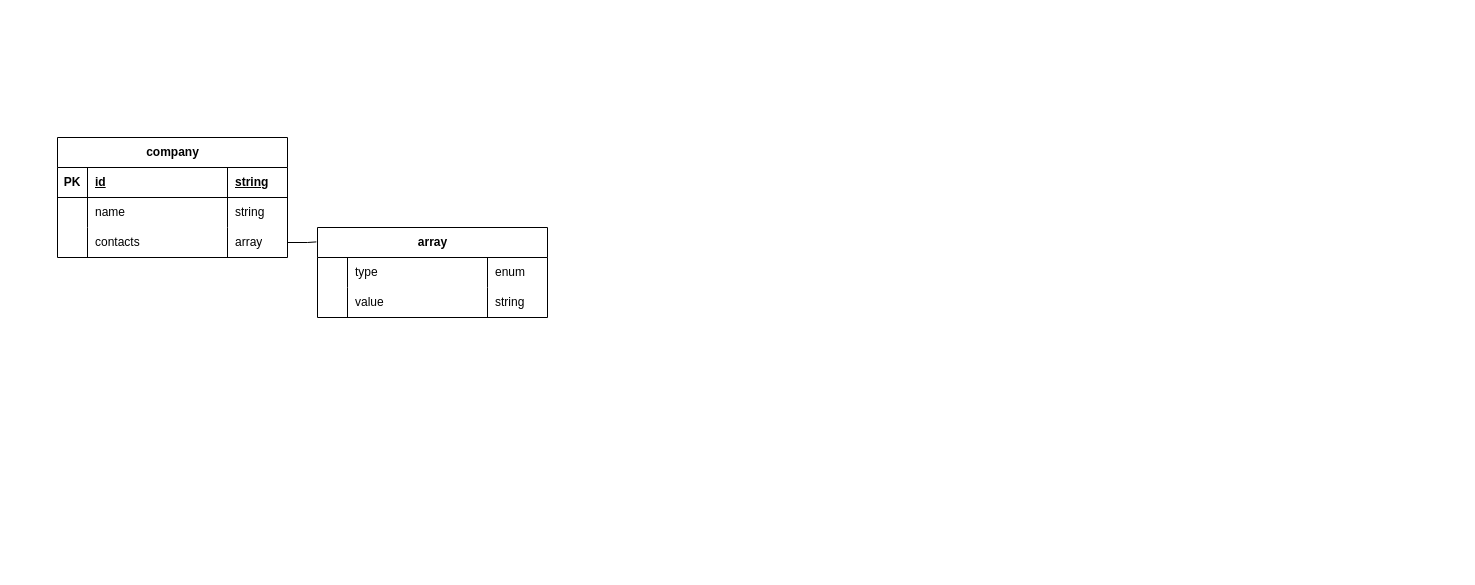
ernurQ/eat-web-diagrams keeps this draw.io diagram as page "company" (4 of 9) of app.drawio. Above is the earlier version. Source tidied: cells renumbered, new cells numbered last; positions are measured from the earlier drawing's top-left corner, leaving out a move shared by most shapes. Both pictures are drawn from the tidied source at 100%, with x=0, y=0 at pixel (57, 137).
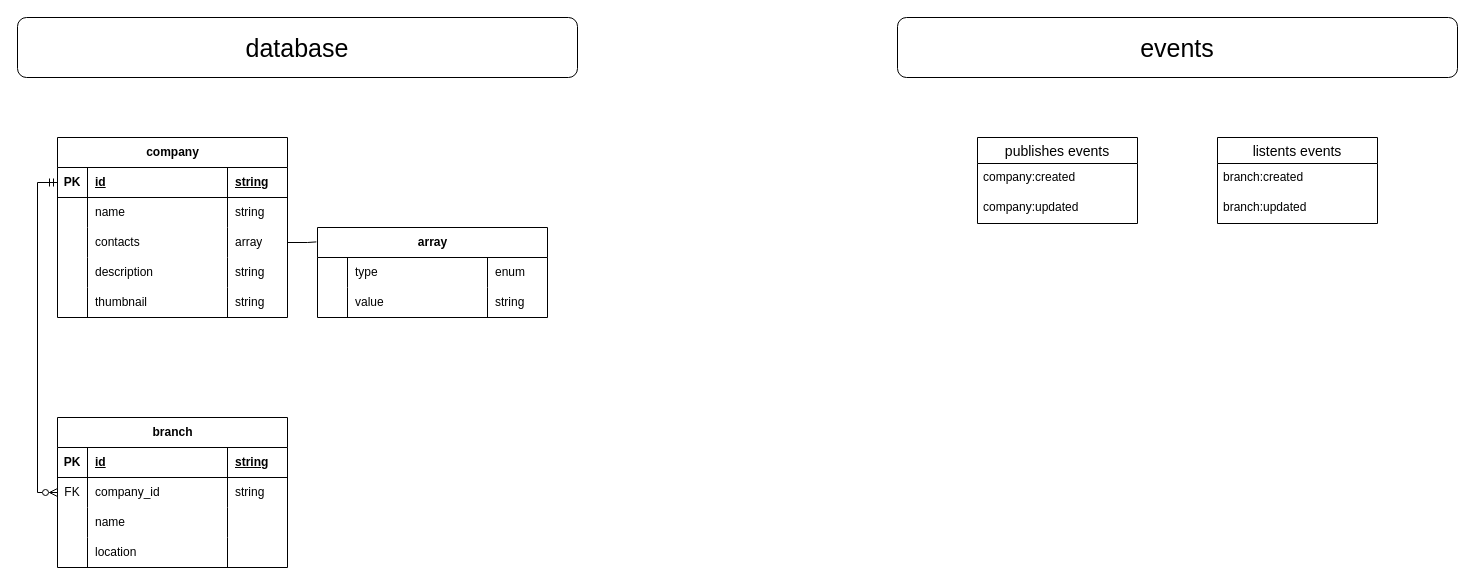
The same page after the edit.

Unchanged cells that the change refers to:
```xml
<mxCell id="3" style="shape=tableRow;horizontal=0;startSize=0;swimlaneHead=0;swimlaneBody=0;fillColor=none;points=[[0,0.5],[1,0.5]];portConstraint=eastwest;top=0;left=0;right=0;bottom=1;" parent="2" vertex="1">
  <mxGeometry y="30" width="230" height="30" as="geometry" />
</mxCell>
```

What changed in the source:
```diff
@@
     <mxCell id="2" value="company" style="shape=table;startSize=30;childLayout=tableLayout;rowLines=0;fontStyle=1;align=center;html=1;" parent="1" vertex="1">
-      <mxGeometry width="230" height="120" as="geometry" />
+      <mxGeometry width="230" height="180" as="geometry" />
     </mxCell>
@@
+    <mxCell id="25" style="shape=tableRow;horizontal=0;startSize=0;swimlaneHead=0;swimlaneBody=0;fillColor=none;top=0;left=0;right=0;bottom=0;" parent="2" vertex="1">
+      <mxGeometry y="120" width="230" height="30" as="geometry" />
+    </mxCell>
+    <mxCell id="26" style="shape=partialRectangle;fillColor=none;top=0;left=0;bottom=0;right=0;overflow=hidden;whiteSpace=wrap;html=1;" parent="25" vertex="1">
+      <mxGeometry width="30" height="30" as="geometry" />
+    </mxCell>
+    <mxCell id="27" value="description" style="shape=partialRectangle;fillColor=none;top=0;left=0;bottom=0;right=0;align=left;spacingLeft=6;overflow=hidden;whiteSpace=wrap;html=1;" parent="25" vertex="1">
+      <mxGeometry x="30" width="140" height="30" as="geometry" />
+    </mxCell>
+    <mxCell id="28" value="string" style="shape=partialRectangle;fillColor=none;top=0;left=0;bottom=0;right=0;align=left;spacingLeft=6;overflow=hidden;whiteSpace=wrap;html=1;" parent="25" vertex="1">
+      <mxGeometry x="170" width="60" height="30" as="geometry" />
+    </mxCell>
+    <mxCell id="29" style="shape=tableRow;horizontal=0;startSize=0;swimlaneHead=0;swimlaneBody=0;fillColor=none;top=0;left=0;right=0;bottom=0;" parent="2" vertex="1">
+      <mxGeometry y="150" width="230" height="30" as="geometry" />
+    </mxCell>
+    <mxCell id="30" style="shape=partialRectangle;fillColor=none;top=0;left=0;bottom=0;right=0;overflow=hidden;whiteSpace=wrap;html=1;" parent="29" vertex="1">
+      <mxGeometry width="30" height="30" as="geometry" />
+    </mxCell>
+    <mxCell id="31" value="thumbnail" style="shape=partialRectangle;fillColor=none;top=0;left=0;bottom=0;right=0;align=left;spacingLeft=6;overflow=hidden;whiteSpace=wrap;html=1;" parent="29" vertex="1">
+      <mxGeometry x="30" width="140" height="30" as="geometry" />
+    </mxCell>
+    <mxCell id="32" value="string" style="shape=partialRectangle;fillColor=none;top=0;left=0;bottom=0;right=0;align=left;spacingLeft=6;overflow=hidden;whiteSpace=wrap;html=1;" parent="29" vertex="1">
+      <mxGeometry x="170" width="60" height="30" as="geometry" />
+    </mxCell>
@@
+    <mxCell id="33" value="branch" style="shape=table;startSize=30;childLayout=tableLayout;rowLines=0;fontStyle=1;align=center;html=1;" parent="1" vertex="1">
+      <mxGeometry y="280" width="230" height="150" as="geometry" />
+    </mxCell>
+    <mxCell id="34" style="shape=tableRow;horizontal=0;startSize=0;swimlaneHead=0;swimlaneBody=0;fillColor=none;top=0;left=0;right=0;bottom=1;" parent="33" vertex="1">
+      <mxGeometry y="30" width="230" height="30" as="geometry" />
+    </mxCell>
+    <mxCell id="35" value="PK" style="shape=partialRectangle;fillColor=none;top=0;left=0;bottom=0;right=0;fontStyle=1;overflow=hidden;whiteSpace=wrap;html=1;" parent="34" vertex="1">
+      <mxGeometry width="30" height="30" as="geometry" />
+    </mxCell>
+    <mxCell id="36" value="id" style="shape=partialRectangle;fillColor=none;top=0;left=0;bottom=0;right=0;align=left;spacingLeft=6;fontStyle=5;overflow=hidden;whiteSpace=wrap;html=1;" parent="34" vertex="1">
+      <mxGeometry x="30" width="140" height="30" as="geometry" />
+    </mxCell>
+    <mxCell id="37" value="string" style="shape=partialRectangle;fillColor=none;top=0;left=0;bottom=0;right=0;align=left;spacingLeft=6;fontStyle=5;overflow=hidden;whiteSpace=wrap;html=1;" parent="34" vertex="1">
+      <mxGeometry x="170" width="60" height="30" as="geometry" />
+    </mxCell>
+    <mxCell id="38" style="shape=tableRow;horizontal=0;startSize=0;swimlaneHead=0;swimlaneBody=0;fillColor=none;points=[[0,0.5],[1,0.5]];portConstraint=eastwest;top=0;left=0;right=0;bottom=0;" parent="33" vertex="1">
+      <mxGeometry y="60" width="230" height="30" as="geometry" />
+    </mxCell>
+    <mxCell id="39" value="FK" style="shape=partialRectangle;fillColor=none;top=0;left=0;bottom=0;right=0;overflow=hidden;whiteSpace=wrap;html=1;" parent="38" vertex="1">
+      <mxGeometry width="30" height="30" as="geometry" />
+    </mxCell>
+    <mxCell id="40" value="company_id" style="shape=partialRectangle;fillColor=none;top=0;left=0;bottom=0;right=0;align=left;spacingLeft=6;overflow=hidden;whiteSpace=wrap;html=1;" parent="38" vertex="1">
+      <mxGeometry x="30" width="140" height="30" as="geometry" />
+    </mxCell>
+    <mxCell id="41" value="string" style="shape=partialRectangle;fillColor=none;top=0;left=0;bottom=0;right=0;align=left;spacingLeft=6;overflow=hidden;whiteSpace=wrap;html=1;" parent="38" vertex="1">
+      <mxGeometry x="170" width="60" height="30" as="geometry" />
+    </mxCell>
+    <mxCell id="42" style="shape=tableRow;horizontal=0;startSize=0;swimlaneHead=0;swimlaneBody=0;fillColor=none;top=0;left=0;right=0;bottom=0;" parent="33" vertex="1">
+      <mxGeometry y="90" width="230" height="30" as="geometry" />
+    </mxCell>
+    <mxCell id="43" style="shape=partialRectangle;fillColor=none;top=0;left=0;bottom=0;right=0;overflow=hidden;whiteSpace=wrap;html=1;" parent="42" vertex="1">
+      <mxGeometry width="30" height="30" as="geometry" />
+    </mxCell>
+    <mxCell id="44" value="name" style="shape=partialRectangle;fillColor=none;top=0;left=0;bottom=0;right=0;align=left;spacingLeft=6;overflow=hidden;whiteSpace=wrap;html=1;" parent="42" vertex="1">
+      <mxGeometry x="30" width="140" height="30" as="geometry" />
+    </mxCell>
+    <mxCell id="45" style="shape=partialRectangle;fillColor=none;top=0;left=0;bottom=0;right=0;align=left;spacingLeft=6;overflow=hidden;whiteSpace=wrap;html=1;" parent="42" vertex="1">
+      <mxGeometry x="170" width="60" height="30" as="geometry" />
+    </mxCell>
+    <mxCell id="46" style="shape=tableRow;horizontal=0;startSize=0;swimlaneHead=0;swimlaneBody=0;fillColor=none;top=0;left=0;right=0;bottom=0;" parent="33" vertex="1">
+      <mxGeometry y="120" width="230" height="30" as="geometry" />
+    </mxCell>
+    <mxCell id="47" style="shape=partialRectangle;fillColor=none;top=0;left=0;bottom=0;right=0;overflow=hidden;whiteSpace=wrap;html=1;" parent="46" vertex="1">
+      <mxGeometry width="30" height="30" as="geometry" />
+    </mxCell>
+    <mxCell id="48" value="location" style="shape=partialRectangle;fillColor=none;top=0;left=0;bottom=0;right=0;align=left;spacingLeft=6;overflow=hidden;whiteSpace=wrap;html=1;" parent="46" vertex="1">
+      <mxGeometry x="30" width="140" height="30" as="geometry" />
+    </mxCell>
+    <mxCell id="49" style="shape=partialRectangle;fillColor=none;top=0;left=0;bottom=0;right=0;align=left;spacingLeft=6;overflow=hidden;whiteSpace=wrap;html=1;" parent="46" vertex="1">
+      <mxGeometry x="170" width="60" height="30" as="geometry" />
+    </mxCell>
+    <mxCell id="50" style="edgeStyle=orthogonalEdgeStyle;rounded=0;jettySize=auto;html=1;entryX=0;entryY=0.5;entryDx=0;entryDy=0;endArrow=ERmandOne;endFill=0;startArrow=ERzeroToMany;startFill=0;" parent="1" edge="1" source="38" target="3">
+      <mxGeometry relative="1" as="geometry" />
+    </mxCell>
+    <mxCell id="51" value="listents events" style="swimlane;fontStyle=0;horizontal=1;startSize=26;align=center;fontSize=14;" parent="1" vertex="1">
+      <mxGeometry x="1160" width="160" height="86" as="geometry" />
+    </mxCell>
+    <mxCell id="52" value="branch:created" style="text;strokeColor=none;fillColor=none;spacingLeft=4;spacingRight=4;overflow=hidden;fontSize=12;whiteSpace=wrap;html=1;" parent="51" vertex="1">
+      <mxGeometry y="26" width="160" height="30" as="geometry" />
+    </mxCell>
+    <mxCell id="53" value="branch:updated" style="text;strokeColor=none;fillColor=none;spacingLeft=4;spacingRight=4;overflow=hidden;fontSize=12;whiteSpace=wrap;html=1;" parent="51" vertex="1">
+      <mxGeometry y="56" width="160" height="30" as="geometry" />
+    </mxCell>
+    <mxCell id="54" value="publishes events" style="swimlane;fontStyle=0;horizontal=1;startSize=26;align=center;fontSize=14;" parent="1" vertex="1">
+      <mxGeometry x="920" width="160" height="86" as="geometry" />
+    </mxCell>
+    <mxCell id="55" value="company:created" style="text;strokeColor=none;fillColor=none;spacingLeft=4;spacingRight=4;overflow=hidden;fontSize=12;whiteSpace=wrap;html=1;" parent="54" vertex="1">
+      <mxGeometry y="26" width="160" height="30" as="geometry" />
+    </mxCell>
+    <mxCell id="56" value="company:updated" style="text;strokeColor=none;fillColor=none;spacingLeft=4;spacingRight=4;overflow=hidden;fontSize=12;whiteSpace=wrap;html=1;" parent="54" vertex="1">
+      <mxGeometry y="56" width="160" height="30" as="geometry" />
+    </mxCell>
+    <mxCell id="57" value="&lt;font style=&quot;font-size: 25px;&quot;&gt;database&lt;/font&gt;" style="rounded=1;whiteSpace=wrap;html=1;" parent="1" vertex="1">
+      <mxGeometry x="-40" y="-120" width="560" height="60" as="geometry" />
+    </mxCell>
+    <mxCell id="58" value="&lt;font style=&quot;font-size: 25px;&quot;&gt;events&lt;/font&gt;" style="rounded=1;whiteSpace=wrap;html=1;" parent="1" vertex="1">
+      <mxGeometry x="840" y="-120" width="560" height="60" as="geometry" />
+    </mxCell>
```
